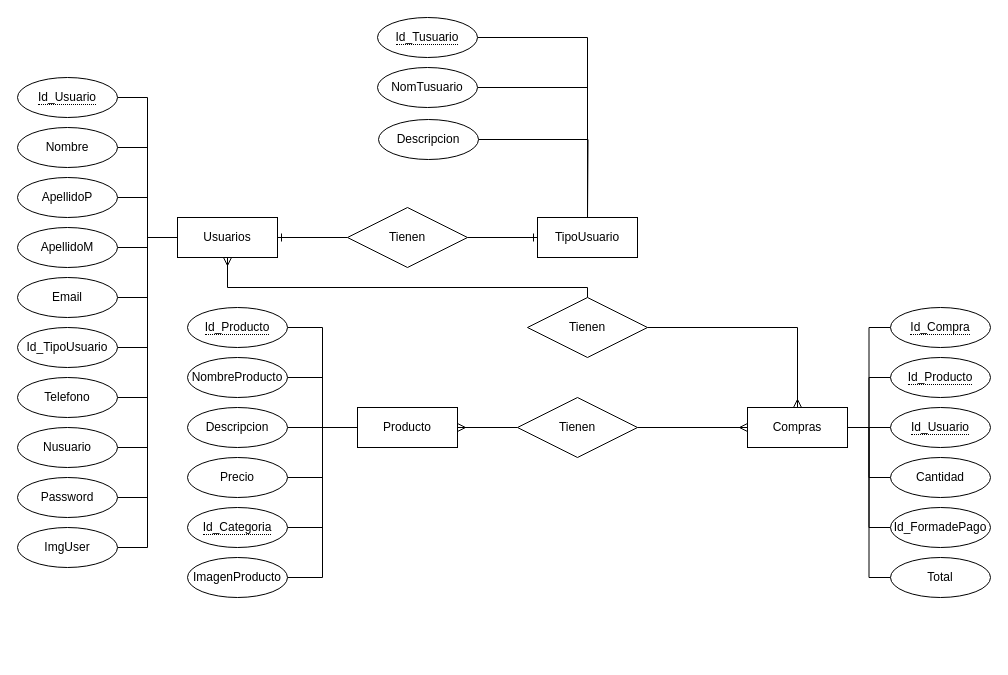
Above: page "Modelo_ER" (2 of 2) of Proyecto_WebCarr.drawio in JlchavezG/WebCarr (draw.io), before the change. Source tidied: cells renumbered, new cells numbered last; positions are measured from the earlier drawing's top-left corner, leaving out a move shared by most shapes. Both pictures are drawn from the tidied source at 100%, with x=0, y=0 at pixel (17, 17).
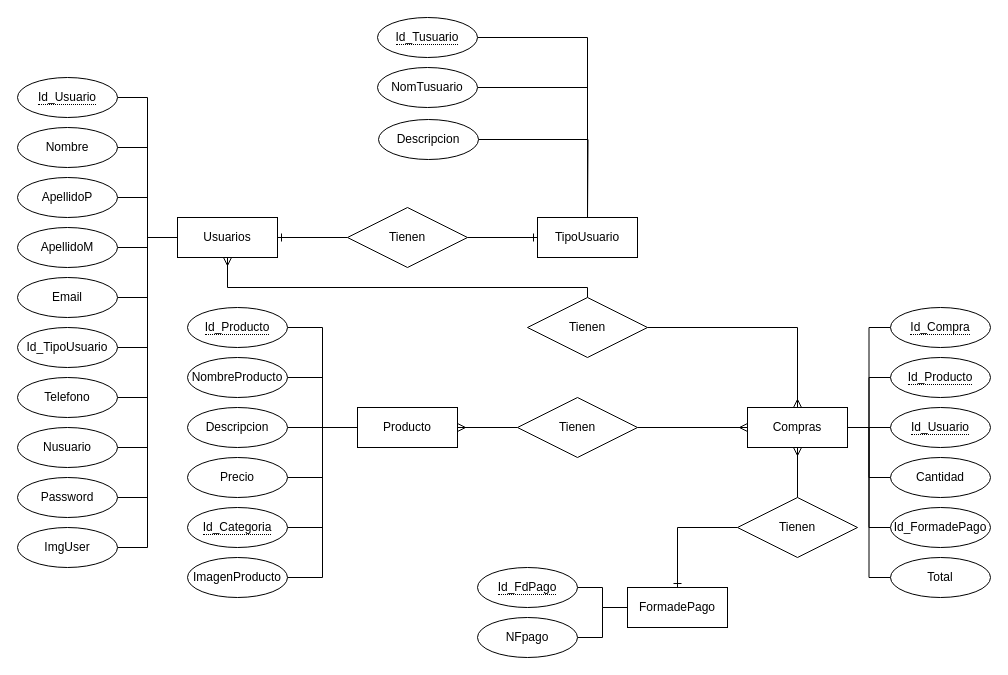
The same page after the edit.

Commit message:
add compras,formadepago

Unchanged cells that the change refers to:
```xml
<mxCell id="50" value="Compras" style="whiteSpace=wrap;html=1;align=center;" parent="1" vertex="1">
  <mxGeometry x="730" y="390" width="100" height="40" as="geometry" />
</mxCell>
```

The edit, as a diff of the source:
```diff
@@
+    <mxCell id="66" value="FormadePago" style="whiteSpace=wrap;html=1;align=center;" parent="1" vertex="1">
+      <mxGeometry x="610" y="570" width="100" height="40" as="geometry" />
+    </mxCell>
+    <mxCell id="67" style="edgeStyle=orthogonalEdgeStyle;rounded=0;jettySize=auto;html=1;entryX=0;entryY=0.5;entryDx=0;entryDy=0;endArrow=none;endFill=0;" parent="1" edge="1" source="68" target="66">
+      <mxGeometry relative="1" as="geometry" />
+    </mxCell>
+    <mxCell id="68" value="&lt;span style=&quot;border-bottom: 1px dotted&quot;&gt;Id_FdPago&lt;/span&gt;" style="ellipse;whiteSpace=wrap;html=1;align=center;" parent="1" vertex="1">
+      <mxGeometry x="460" y="550" width="100" height="40" as="geometry" />
+    </mxCell>
+    <mxCell id="69" style="edgeStyle=orthogonalEdgeStyle;rounded=0;jettySize=auto;html=1;entryX=0;entryY=0.5;entryDx=0;entryDy=0;endArrow=none;endFill=0;" parent="1" edge="1" source="70" target="66">
+      <mxGeometry relative="1" as="geometry" />
+    </mxCell>
+    <mxCell id="70" value="NFpago" style="ellipse;whiteSpace=wrap;html=1;align=center;" parent="1" vertex="1">
+      <mxGeometry x="460" y="600" width="100" height="40" as="geometry" />
+    </mxCell>
+    <mxCell id="71" style="edgeStyle=orthogonalEdgeStyle;rounded=0;jettySize=auto;html=1;entryX=0.5;entryY=1;entryDx=0;entryDy=0;endArrow=ERmany;endFill=0;" parent="1" edge="1" source="73" target="50">
+      <mxGeometry relative="1" as="geometry" />
+    </mxCell>
+    <mxCell id="72" style="edgeStyle=orthogonalEdgeStyle;rounded=0;jettySize=auto;html=1;entryX=0.5;entryY=0;entryDx=0;entryDy=0;endArrow=ERone;endFill=0;" parent="1" edge="1" source="73" target="66">
+      <mxGeometry relative="1" as="geometry" />
+    </mxCell>
+    <mxCell id="73" value="Tienen" style="shape=rhombus;perimeter=rhombusPerimeter;whiteSpace=wrap;html=1;align=center;" parent="1" vertex="1">
+      <mxGeometry x="720" y="480" width="120" height="60" as="geometry" />
+    </mxCell>
```
